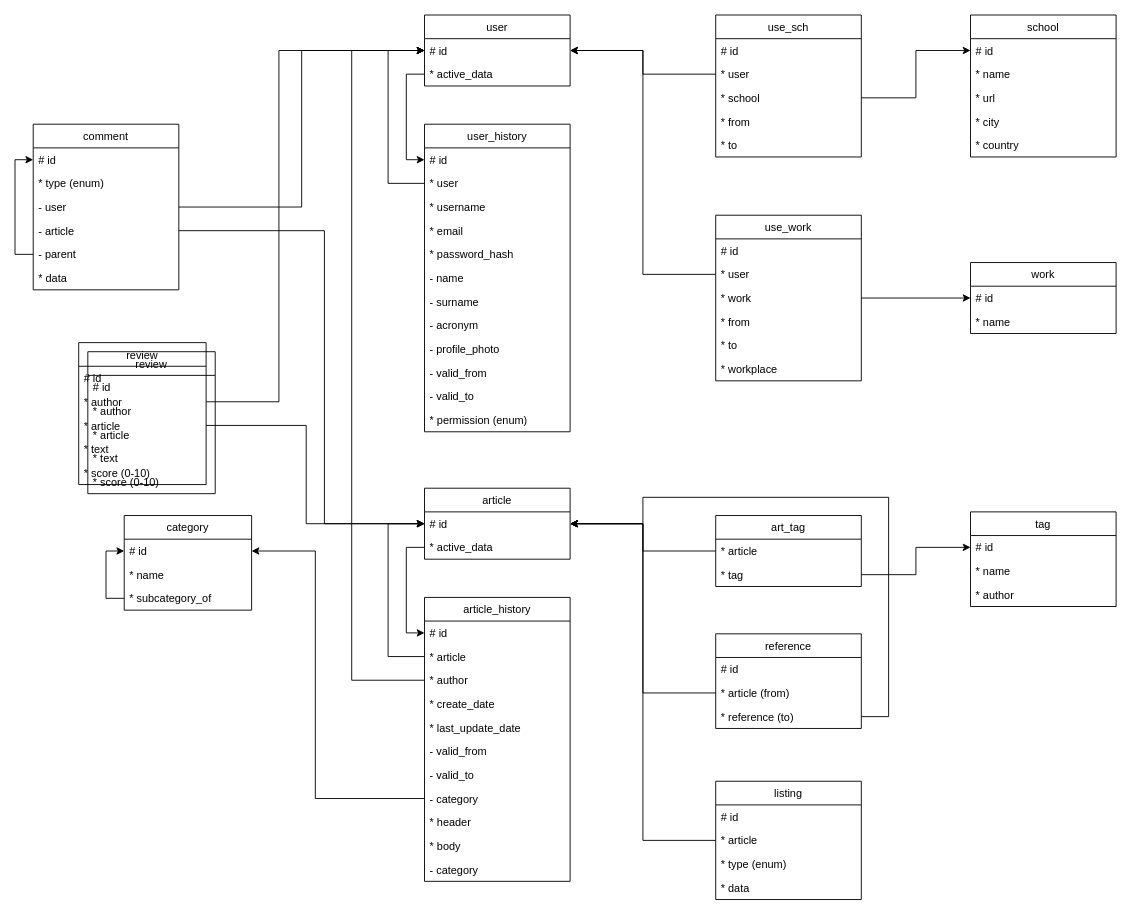
anona-sny/snyverse keeps this draw.io diagram as analysis/extended-soft-analyse-v1.drawio. Above is the earlier version. Source tidied: cells renumbered, new cells numbered last; positions are measured from the earlier drawing's top-left corner, leaving out a move shared by most shapes. Both pictures are drawn from the tidied source at 91%, with x=0, y=0 at pixel (33, 15).
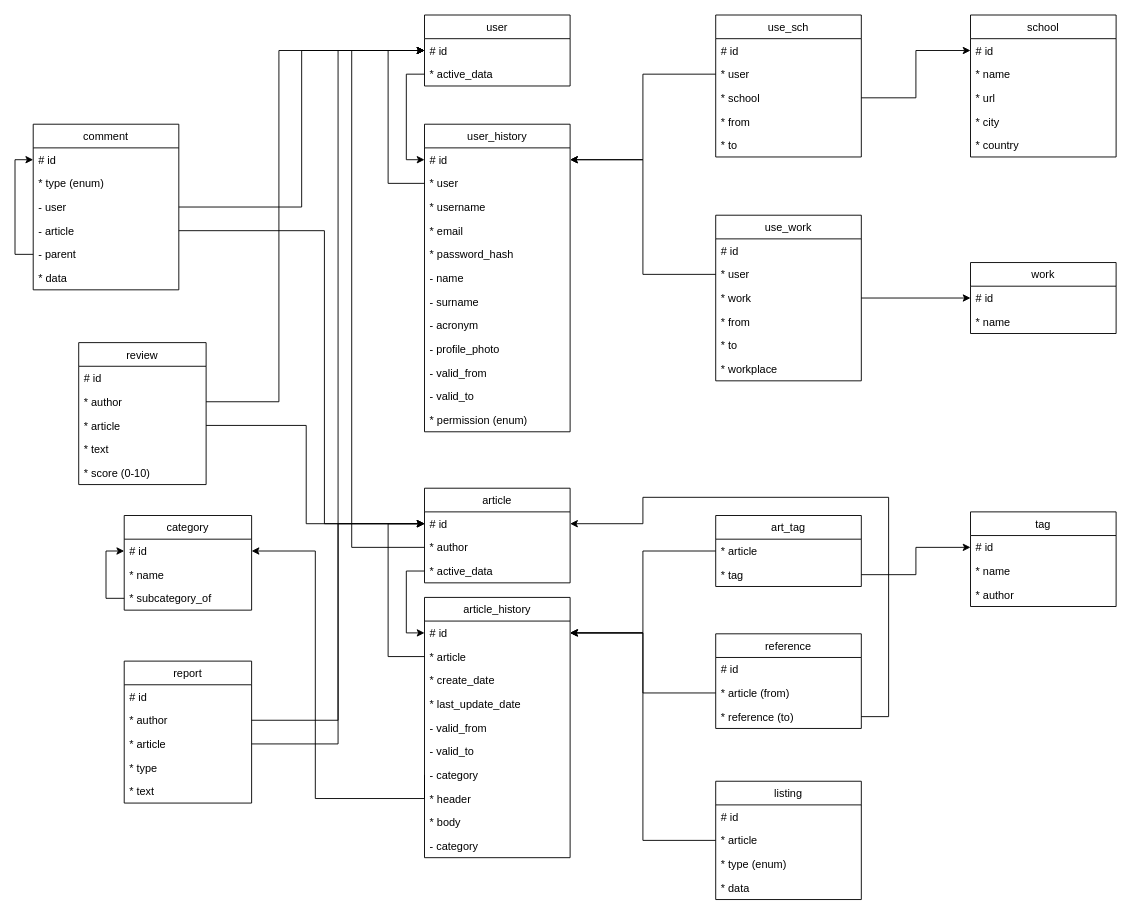
Above is the later version.

The change refers to these unchanged cells:
```xml
<mxCell id="3" value="# id" style="text;strokeColor=none;fillColor=none;align=left;verticalAlign=top;spacingLeft=4;spacingRight=4;overflow=hidden;points=[[0,0.5],[1,0.5]];portConstraint=eastwest;" parent="2" vertex="1">
  <mxGeometry y="26" width="160" height="26" as="geometry" />
</mxCell>
<mxCell id="6" value="# id" style="text;strokeColor=none;fillColor=none;align=left;verticalAlign=top;spacingLeft=4;spacingRight=4;overflow=hidden;points=[[0,0.5],[1,0.5]];portConstraint=eastwest;" parent="5" vertex="1">
  <mxGeometry y="26" width="160" height="26" as="geometry" />
</mxCell>
<mxCell id="26" value="* user" style="text;strokeColor=none;fillColor=none;align=left;verticalAlign=top;spacingLeft=4;spacingRight=4;overflow=hidden;points=[[0,0.5],[1,0.5]];portConstraint=eastwest;" parent="24" vertex="1">
  <mxGeometry y="52" width="160" height="26" as="geometry" />
</mxCell>
<mxCell id="35" value="* user" style="text;strokeColor=none;fillColor=none;align=left;verticalAlign=top;spacingLeft=4;spacingRight=4;overflow=hidden;points=[[0,0.5],[1,0.5]];portConstraint=eastwest;" parent="33" vertex="1">
  <mxGeometry y="52" width="160" height="26" as="geometry" />
</mxCell>
<mxCell id="44" value="# id" style="text;strokeColor=none;fillColor=none;align=left;verticalAlign=top;spacingLeft=4;spacingRight=4;overflow=hidden;points=[[0,0.5],[1,0.5]];portConstraint=eastwest;" parent="43" vertex="1">
  <mxGeometry y="26" width="160" height="26" as="geometry" />
</mxCell>
<mxCell id="50" value="# id" style="text;strokeColor=none;fillColor=none;align=left;verticalAlign=top;spacingLeft=4;spacingRight=4;overflow=hidden;points=[[0,0.5],[1,0.5]];portConstraint=eastwest;" parent="49" vertex="1">
  <mxGeometry y="26" width="160" height="26" as="geometry" />
</mxCell>
<mxCell id="75" value="* article" style="text;strokeColor=none;fillColor=none;align=left;verticalAlign=top;spacingLeft=4;spacingRight=4;overflow=hidden;points=[[0,0.5],[1,0.5]];portConstraint=eastwest;" parent="74" vertex="1">
  <mxGeometry y="26" width="160" height="26" as="geometry" />
</mxCell>
<mxCell id="81" value="* article (from)" style="text;strokeColor=none;fillColor=none;align=left;verticalAlign=top;spacingLeft=4;spacingRight=4;overflow=hidden;points=[[0,0.5],[1,0.5]];portConstraint=eastwest;" parent="79" vertex="1">
  <mxGeometry y="52" width="160" height="26" as="geometry" />
</mxCell>
<mxCell id="82" value="* reference (to)" style="text;strokeColor=none;fillColor=none;align=left;verticalAlign=top;spacingLeft=4;spacingRight=4;overflow=hidden;points=[[0,0.5],[1,0.5]];portConstraint=eastwest;" parent="79" vertex="1">
  <mxGeometry y="78" width="160" height="26" as="geometry" />
</mxCell>
<mxCell id="87" value="* article" style="text;strokeColor=none;fillColor=none;align=left;verticalAlign=top;spacingLeft=4;spacingRight=4;overflow=hidden;points=[[0,0.5],[1,0.5]];portConstraint=eastwest;" parent="85" vertex="1">
  <mxGeometry y="52" width="160" height="26" as="geometry" />
</mxCell>
<mxCell id="111" value="* author" style="text;strokeColor=none;fillColor=none;align=left;verticalAlign=top;spacingLeft=4;spacingRight=4;overflow=hidden;points=[[0,0.5],[1,0.5]];portConstraint=eastwest;" parent="109" vertex="1">
  <mxGeometry y="52" width="140" height="26" as="geometry" />
</mxCell>
<mxCell id="112" value="* article" style="text;strokeColor=none;fillColor=none;align=left;verticalAlign=top;spacingLeft=4;spacingRight=4;overflow=hidden;points=[[0,0.5],[1,0.5]];portConstraint=eastwest;" parent="109" vertex="1">
  <mxGeometry y="78" width="140" height="26" as="geometry" />
</mxCell>
```

Diff of the diagram source:
```diff
@@
-    <mxCell id="31" style="edgeStyle=orthogonalEdgeStyle;rounded=0;jettySize=auto;html=1;exitX=0;exitY=0.5;exitDx=0;exitDy=0;entryX=1;entryY=0.5;entryDx=0;entryDy=0;" parent="1" edge="1" source="26" target="3">
+    <mxCell id="31" style="edgeStyle=orthogonalEdgeStyle;rounded=0;jettySize=auto;html=1;exitX=0;exitY=0.5;exitDx=0;exitDy=0;entryX=1;entryY=0.5;entryDx=0;entryDy=0;" parent="1" edge="1" source="26" target="6">
       <mxGeometry relative="1" as="geometry" />
     </mxCell>
@@
-    <mxCell id="41" style="edgeStyle=orthogonalEdgeStyle;rounded=0;jettySize=auto;html=1;exitX=0;exitY=0.5;exitDx=0;exitDy=0;entryX=1;entryY=0.5;entryDx=0;entryDy=0;" parent="1" edge="1" source="35" target="3">
+    <mxCell id="41" style="edgeStyle=orthogonalEdgeStyle;rounded=0;jettySize=auto;html=1;exitX=0;exitY=0.5;exitDx=0;exitDy=0;entryX=1;entryY=0.5;entryDx=0;entryDy=0;" parent="1" edge="1" source="35" target="6">
       <mxGeometry relative="1" as="geometry" />
     </mxCell>
@@
     <mxCell id="43" value="article" style="swimlane;fontStyle=0;horizontal=1;startSize=26;fillColor=none;" parent="1" vertex="1">
-      <mxGeometry x="430" y="520" width="160" height="78" as="geometry" />
+      <mxGeometry x="430" y="520" width="160" height="104" as="geometry" />
     </mxCell>
@@
+    <mxCell id="52" value="* author" style="text;strokeColor=none;fillColor=none;align=left;verticalAlign=top;spacingLeft=4;spacingRight=4;overflow=hidden;points=[[0,0.5],[1,0.5]];portConstraint=eastwest;" parent="43" vertex="1">
+      <mxGeometry y="52" width="160" height="26" as="geometry" />
+    </mxCell>
     <mxCell id="45" value="* active_data" style="text;strokeColor=none;fillColor=none;align=left;verticalAlign=top;spacingLeft=4;spacingRight=4;overflow=hidden;points=[[0,0.5],[1,0.5]];portConstraint=eastwest;" parent="43" vertex="1">
-      <mxGeometry y="52" width="160" height="26" as="geometry" />
+      <mxGeometry y="78" width="160" height="26" as="geometry" />
     </mxCell>
@@
     <mxCell id="49" value="article_history" style="swimlane;fontStyle=0;horizontal=1;startSize=26;fillColor=none;" parent="1" vertex="1">
-      <mxGeometry x="430" y="640" width="160" height="312" as="geometry" />
+      <mxGeometry x="430" y="640" width="160" height="286" as="geometry" />
     </mxCell>
@@
-    <mxCell id="52" value="* author" style="text;strokeColor=none;fillColor=none;align=left;verticalAlign=top;spacingLeft=4;spacingRight=4;overflow=hidden;points=[[0,0.5],[1,0.5]];portConstraint=eastwest;" parent="49" vertex="1">
-      <mxGeometry y="78" width="160" height="26" as="geometry" />
-    </mxCell>
     <mxCell id="53" value="* create_date" style="text;strokeColor=none;fillColor=none;align=left;verticalAlign=top;spacingLeft=4;spacingRight=4;overflow=hidden;" parent="49" vertex="1">
-      <mxGeometry y="104" width="160" height="26" as="geometry" />
+      <mxGeometry y="78" width="160" height="26" as="geometry" />
     </mxCell>
     <mxCell id="54" value="* last_update_date" style="text;strokeColor=none;fillColor=none;align=left;verticalAlign=top;spacingLeft=4;spacingRight=4;overflow=hidden;" parent="49" vertex="1">
-      <mxGeometry y="130" width="160" height="26" as="geometry" />
+      <mxGeometry y="104" width="160" height="26" as="geometry" />
     </mxCell>
     <mxCell id="55" value="- valid_from" style="text;strokeColor=none;fillColor=none;align=left;verticalAlign=top;spacingLeft=4;spacingRight=4;overflow=hidden;" parent="49" vertex="1">
-      <mxGeometry y="156" width="160" height="26" as="geometry" />
+      <mxGeometry y="130" width="160" height="26" as="geometry" />
     </mxCell>
     <mxCell id="56" value="- valid_to" style="text;strokeColor=none;fillColor=none;align=left;verticalAlign=top;spacingLeft=4;spacingRight=4;overflow=hidden;" parent="49" vertex="1">
-      <mxGeometry y="182" width="160" height="26" as="geometry" />
+      <mxGeometry y="156" width="160" height="26" as="geometry" />
     </mxCell>
     <mxCell id="57" value="- category" style="text;strokeColor=none;fillColor=none;align=left;verticalAlign=top;spacingLeft=4;spacingRight=4;overflow=hidden;points=[[0,0.5],[1,0.5]];portConstraint=eastwest;" parent="49" vertex="1">
-      <mxGeometry y="208" width="160" height="26" as="geometry" />
+      <mxGeometry y="182" width="160" height="26" as="geometry" />
     </mxCell>
     <mxCell id="58" value="* header" style="text;strokeColor=none;fillColor=none;align=left;verticalAlign=top;spacingLeft=4;spacingRight=4;overflow=hidden;" parent="49" vertex="1">
-      <mxGeometry y="234" width="160" height="26" as="geometry" />
+      <mxGeometry y="208" width="160" height="26" as="geometry" />
     </mxCell>
     <mxCell id="59" value="* body" style="text;strokeColor=none;fillColor=none;align=left;verticalAlign=top;spacingLeft=4;spacingRight=4;overflow=hidden;" parent="49" vertex="1">
-      <mxGeometry y="260" width="160" height="26" as="geometry" />
+      <mxGeometry y="234" width="160" height="26" as="geometry" />
     </mxCell>
     <mxCell id="60" value="- category" style="text;strokeColor=none;fillColor=none;align=left;verticalAlign=top;spacingLeft=4;spacingRight=4;overflow=hidden;" parent="49" vertex="1">
-      <mxGeometry y="286" width="160" height="26" as="geometry" />
+      <mxGeometry y="260" width="160" height="26" as="geometry" />
     </mxCell>
@@
     <mxCell id="63" style="edgeStyle=orthogonalEdgeStyle;rounded=0;jettySize=auto;html=1;exitX=0;exitY=0.5;exitDx=0;exitDy=0;entryX=0;entryY=0.5;entryDx=0;entryDy=0;" parent="1" edge="1" source="52" target="3">
       <mxGeometry relative="1" as="geometry">
         <Array as="points">
-          <mxPoint x="350" y="731" />
+          <mxPoint x="350" y="585" />
           <mxPoint x="350" y="39" />
         </Array>
       </mxGeometry>
     </mxCell>
@@
-    <mxCell id="77" style="edgeStyle=orthogonalEdgeStyle;rounded=0;jettySize=auto;html=1;exitX=0;exitY=0.5;exitDx=0;exitDy=0;entryX=1;entryY=0.5;entryDx=0;entryDy=0;" parent="1" edge="1" source="75" target="44">
+    <mxCell id="77" style="edgeStyle=orthogonalEdgeStyle;rounded=0;jettySize=auto;html=1;exitX=0;exitY=0.5;exitDx=0;exitDy=0;entryX=1;entryY=0.5;entryDx=0;entryDy=0;" parent="1" edge="1" source="75" target="50">
       <mxGeometry relative="1" as="geometry" />
     </mxCell>
@@
-    <mxCell id="83" style="edgeStyle=orthogonalEdgeStyle;rounded=0;jettySize=auto;html=1;exitX=0;exitY=0.5;exitDx=0;exitDy=0;entryX=1;entryY=0.5;entryDx=0;entryDy=0;" parent="1" edge="1" source="81" target="44">
+    <mxCell id="83" style="edgeStyle=orthogonalEdgeStyle;rounded=0;jettySize=auto;html=1;exitX=0;exitY=0.5;exitDx=0;exitDy=0;entryX=1;entryY=0.5;entryDx=0;entryDy=0;" parent="1" edge="1" source="81" target="50">
       <mxGeometry relative="1" as="geometry" />
     </mxCell>
-    <mxCell id="84" style="edgeStyle=orthogonalEdgeStyle;rounded=0;jettySize=auto;html=1;exitX=1;exitY=0.5;exitDx=0;exitDy=0;entryX=1;entryY=0.5;entryDx=0;entryDy=0;" parent="1" edge="1" source="82" target="44">
+    <mxCell id="84" style="edgeStyle=orthogonalEdgeStyle;rounded=0;jettySize=auto;html=1;exitX=1;exitY=0.5;exitDx=0;exitDy=0;" parent="1" edge="1" source="82">
       <mxGeometry relative="1" as="geometry">
+        <mxPoint x="590" y="559" as="targetPoint" />
         <Array as="points">
           <mxPoint x="940" y="771" />
           <mxPoint x="940" y="530" />
           <mxPoint x="670" y="530" />
           <mxPoint x="670" y="559" />
         </Array>
       </mxGeometry>
     </mxCell>
@@
-    <mxCell id="90" style="edgeStyle=orthogonalEdgeStyle;rounded=0;jettySize=auto;html=1;exitX=0;exitY=0.5;exitDx=0;exitDy=0;entryX=1;entryY=0.5;entryDx=0;entryDy=0;" parent="1" edge="1" source="87" target="44">
+    <mxCell id="90" style="edgeStyle=orthogonalEdgeStyle;rounded=0;jettySize=auto;html=1;exitX=0;exitY=0.5;exitDx=0;exitDy=0;entryX=1;entryY=0.5;entryDx=0;entryDy=0;" parent="1" edge="1" source="87" target="50">
       <mxGeometry relative="1" as="geometry" />
     </mxCell>
@@
-    <mxCell id="109" value="review" style="swimlane;fontStyle=0;horizontal=1;startSize=26;fillColor=none;" parent="1" vertex="1">
-      <mxGeometry x="60" y="370" width="140" height="156" as="geometry" />
+    <mxCell id="109" value="report" style="swimlane;fontStyle=0;horizontal=1;startSize=26;fillColor=none;" parent="1" vertex="1">
+      <mxGeometry x="100" y="710" width="140" height="156" as="geometry" />
     </mxCell>
@@
-    <mxCell id="113" value="* text" style="text;strokeColor=none;fillColor=none;align=left;verticalAlign=top;spacingLeft=4;spacingRight=4;overflow=hidden;" parent="109" vertex="1">
+    <mxCell id="113" value="* type" style="text;strokeColor=none;fillColor=none;align=left;verticalAlign=top;spacingLeft=4;spacingRight=4;overflow=hidden;" parent="109" vertex="1">
       <mxGeometry y="104" width="140" height="26" as="geometry" />
     </mxCell>
-    <mxCell id="114" value="* score (0-10)" style="text;strokeColor=none;fillColor=none;align=left;verticalAlign=top;spacingLeft=4;spacingRight=4;overflow=hidden;" parent="109" vertex="1">
-      <mxGeometry y="130" width="140" height="26" as="geometry" />
-    </mxCell>
+    <mxCell id="115" value="* text" style="text;strokeColor=none;fillColor=none;align=left;verticalAlign=top;spacingLeft=4;spacingRight=4;overflow=hidden;" parent="109" vertex="1">
+      <mxGeometry y="130" width="140" height="26" as="geometry" />
+    </mxCell>
+    <mxCell id="116" style="edgeStyle=orthogonalEdgeStyle;rounded=0;jettySize=auto;html=1;exitX=1;exitY=0.5;exitDx=0;exitDy=0;entryX=0;entryY=0.5;entryDx=0;entryDy=0;" parent="1" edge="1" source="111" target="3">
+      <mxGeometry relative="1" as="geometry" />
+    </mxCell>
+    <mxCell id="117" style="edgeStyle=orthogonalEdgeStyle;rounded=0;jettySize=auto;html=1;exitX=1;exitY=0.5;exitDx=0;exitDy=0;entryX=0;entryY=0.5;entryDx=0;entryDy=0;" parent="1" edge="1" source="112" target="44">
+      <mxGeometry relative="1" as="geometry" />
+    </mxCell>
```
